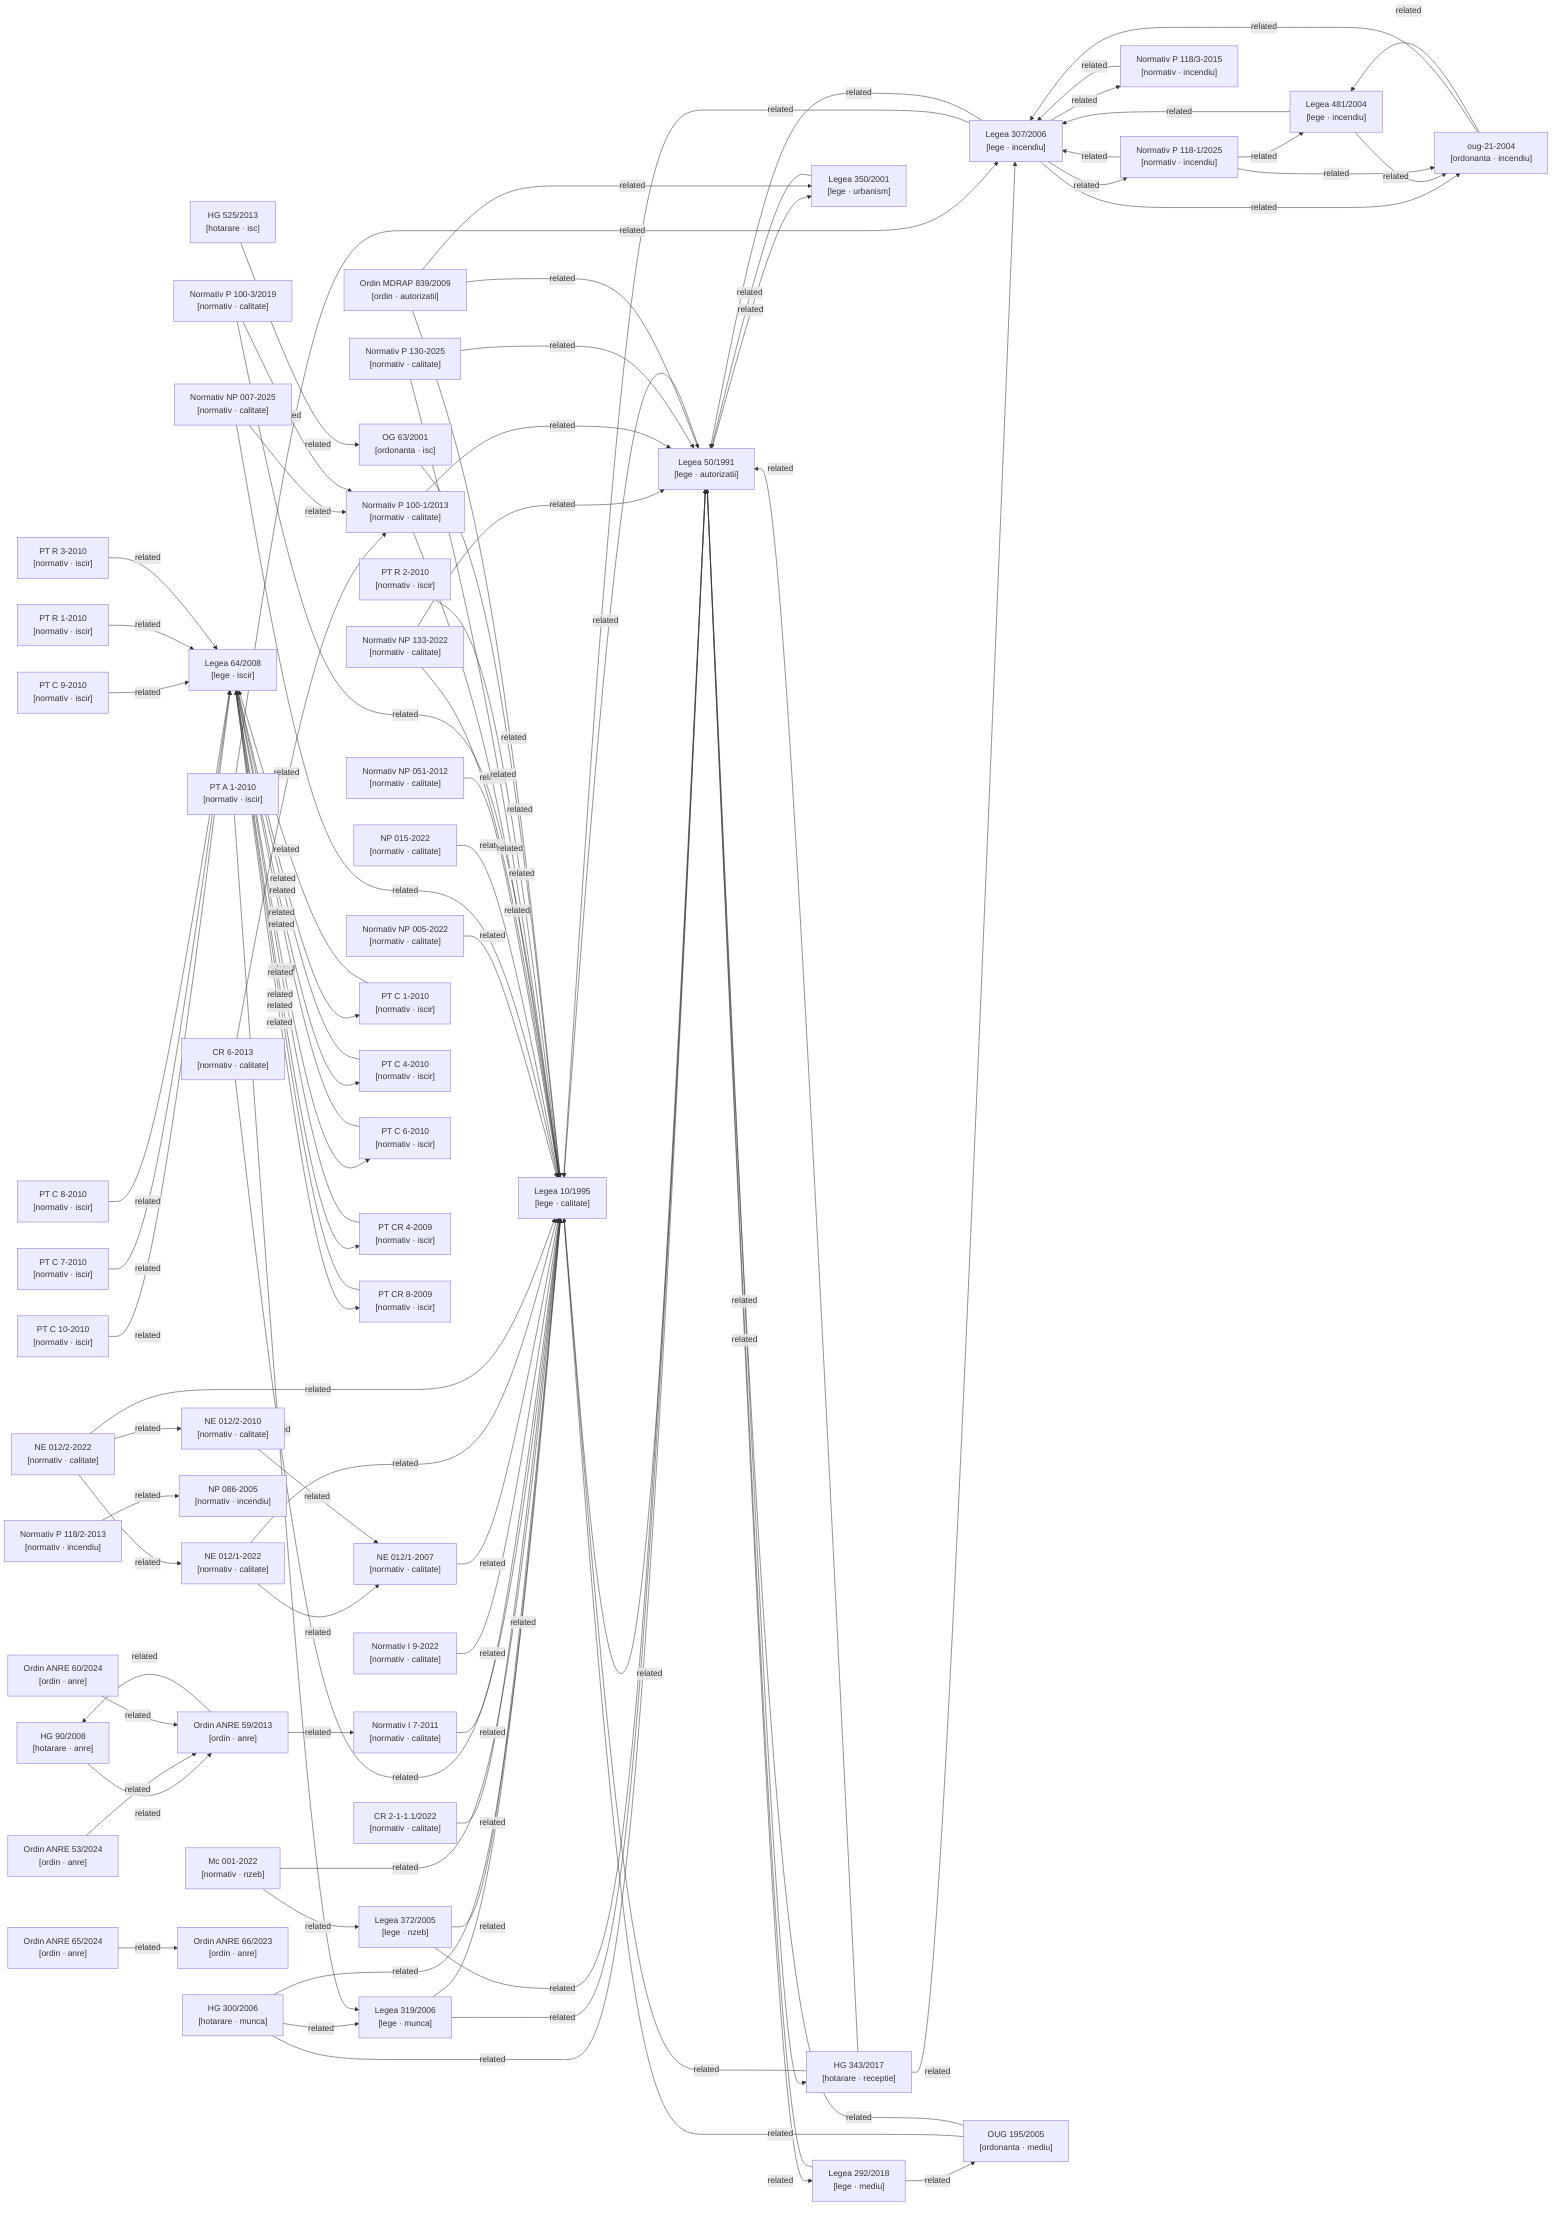
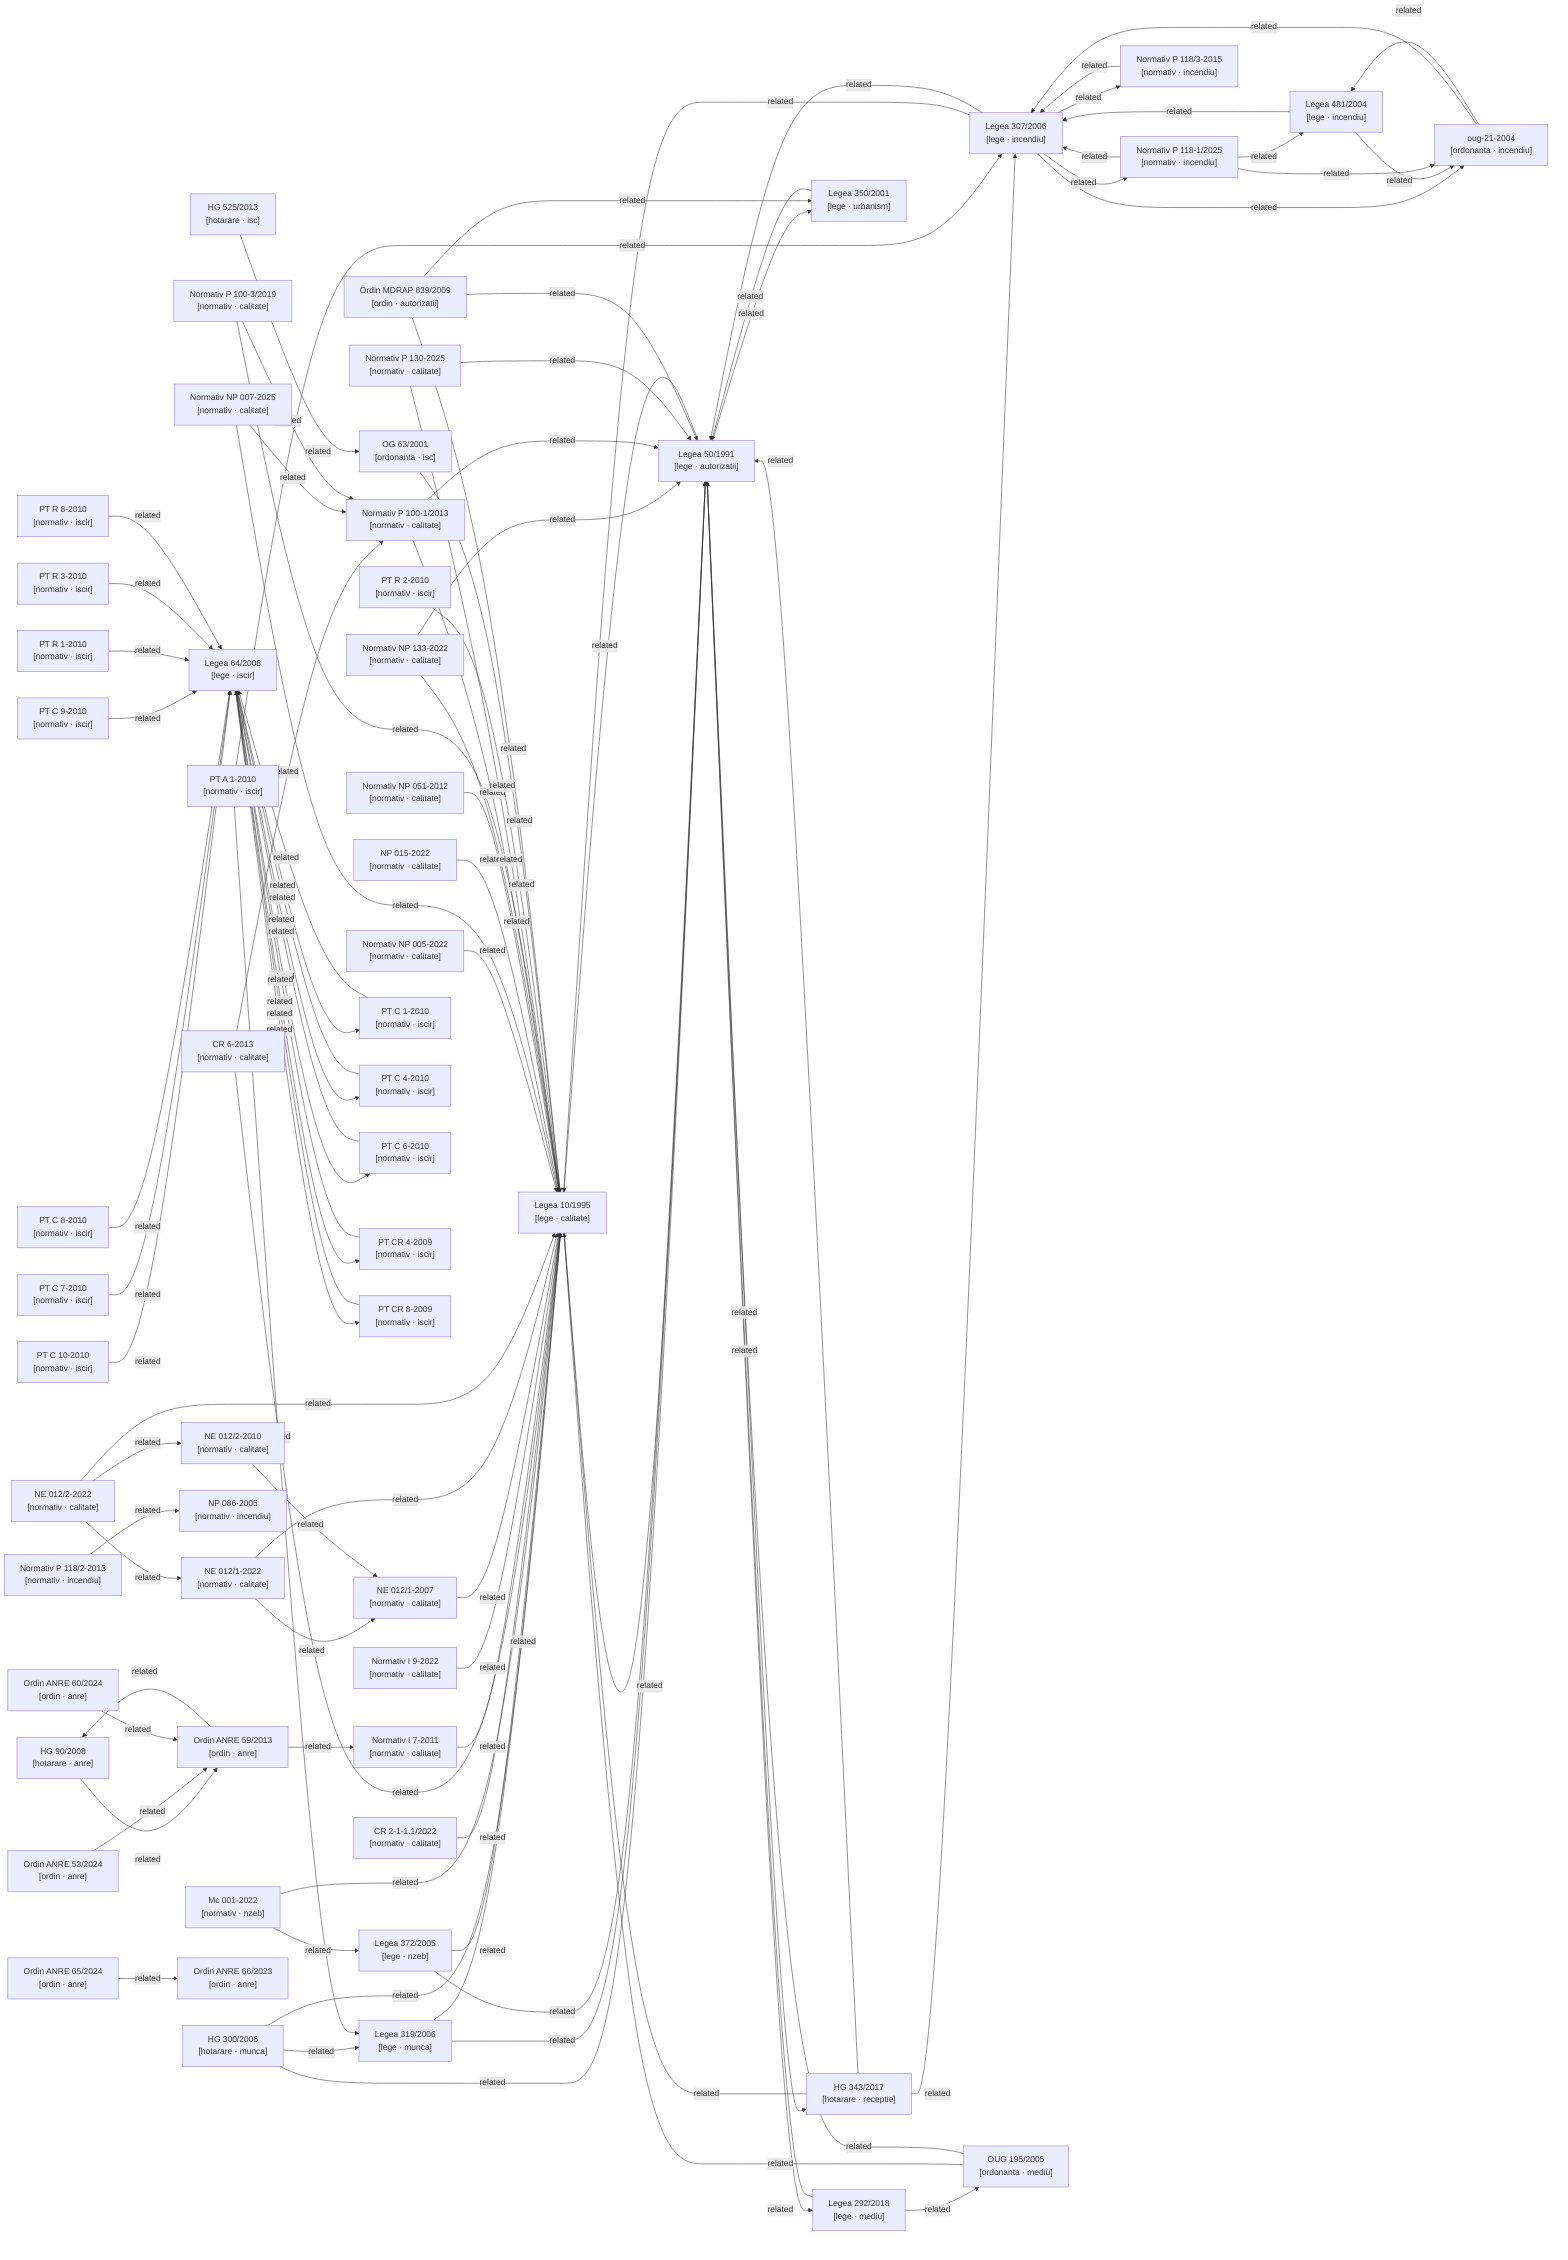
graph LR

  %% Nodes
  hg-300-2006["HG 300/2006\n[hotarare · munca]"]
  hg-343-2017["HG 343/2017\n[hotarare · receptie]"]
  hg-525-2013["HG 525/2013\n[hotarare · isc]"]
  hg-90-2008["HG 90/2008\n[hotarare · anre]"]
  lege-10-1995["Legea 10/1995\n[lege · calitate]"]
  lege-292-2018["Legea 292/2018\n[lege · mediu]"]
  lege-307-2006["Legea 307/2006\n[lege · incendiu]"]
  lege-319-2006["Legea 319/2006\n[lege · munca]"]
  lege-350-2001["Legea 350/2001\n[lege · urbanism]"]
  lege-372-2005["Legea 372/2005\n[lege · nzeb]"]
  lege-481-2004["Legea 481/2004\n[lege · incendiu]"]
  lege-50-1991["Legea 50/1991\n[lege · autorizatii]"]
  lege-64-2008["Legea 64/2008\n[lege · iscir]"]
  metodologie-mc001-2022["Mc 001-2022\n[normativ · nzeb]"]
  normativ-cr2-1-1-1-2022["CR 2-1-1.1/2022\n[normativ · calitate]"]
  normativ-cr6-2013["CR 6-2013\n[normativ · calitate]"]
  normativ-i7-2011["Normativ I 7-2011\n[normativ · calitate]"]
  normativ-i9-2022["Normativ I 9-2022\n[normativ · calitate]"]
  normativ-ne012-1-2007["NE 012/1-2007\n[normativ · calitate]"]
  normativ-ne012-1-2022["NE 012/1-2022\n[normativ · calitate]"]
  normativ-ne012-2-2010["NE 012/2-2010\n[normativ · calitate]"]
  normativ-ne012-2-2022["NE 012/2-2022\n[normativ · calitate]"]
  normativ-np005-2022["Normativ NP 005-2022\n[normativ · calitate]"]
  normativ-np007-2025["Normativ NP 007-2025\n[normativ · calitate]"]
  normativ-np015-2022["NP 015-2022\n[normativ · calitate]"]
  normativ-np051-2012["Normativ NP 051-2012\n[normativ · calitate]"]
  normativ-np086-2005["NP 086-2005\n[normativ · incendiu]"]
  normativ-np133-2022["Normativ NP 133-2022\n[normativ · calitate]"]
  normativ-p100-1-2013["Normativ P 100-1/2013\n[normativ · calitate]"]
  normativ-p100-3-2019["Normativ P 100-3/2019\n[normativ · calitate]"]
  normativ-p118-1-2025["Normativ P 118-1/2025\n[normativ · incendiu]"]
  normativ-p118-2-2013["Normativ P 118/2-2013\n[normativ · incendiu]"]
  normativ-p118-3-2015["Normativ P 118/3-2015\n[normativ · incendiu]"]
  normativ-p130-2025["Normativ P 130-2025\n[normativ · calitate]"]
  normativ-pt-a1-2010["PT A 1-2010\n[normativ · iscir]"]
  normativ-pt-c1-2010["PT C 1-2010\n[normativ · iscir]"]
  normativ-pt-c10-2010["PT C 10-2010\n[normativ · iscir]"]
  normativ-pt-c4-2010["PT C 4-2010\n[normativ · iscir]"]
  normativ-pt-c6-2010["PT C 6-2010\n[normativ · iscir]"]
  normativ-pt-c7-2010["PT C 7-2010\n[normativ · iscir]"]
  normativ-pt-c8-2010["PT C 8-2010\n[normativ · iscir]"]
  normativ-pt-c9-2010["PT C 9-2010\n[normativ · iscir]"]
  normativ-pt-cr4-2009["PT CR 4-2009\n[normativ · iscir]"]
  normativ-pt-cr8-2009["PT CR 8-2009\n[normativ · iscir]"]
  normativ-pt-r1-2010["PT R 1-2010\n[normativ · iscir]"]
  normativ-pt-r2-2010["PT R 2-2010\n[normativ · iscir]"]
  normativ-pt-r3-2010["PT R 3-2010\n[normativ · iscir]"]
+   normativ-pt-r8-2010["PT R 8-2010\n[normativ · iscir]"]
  og-63-2001["OG 63/2001\n[ordonanta · isc]"]
  ordin-839-2009["Ordin MDRAP 839/2009\n[ordin · autorizatii]"]
  ordin-anre-53-2024["Ordin ANRE 53/2024\n[ordin · anre]"]
  ordin-anre-59-2013["Ordin ANRE 59/2013\n[ordin · anre]"]
  ordin-anre-60-2024["Ordin ANRE 60/2024\n[ordin · anre]"]
  ordin-anre-65-2024["Ordin ANRE 65/2024\n[ordin · anre]"]
  ordin-anre-66-2023["Ordin ANRE 66/2023\n[ordin · anre]"]
  oug-195-2005["OUG 195/2005\n[ordonanta · mediu]"]
  oug-21-2004["oug-21-2004\n[ordonanta · incendiu]"]

  %% Confirmed relationships (from metadata related_acts)
  hg-300-2006 -->|related| lege-10-1995
  hg-300-2006 -->|related| lege-319-2006
  hg-300-2006 -->|related| lege-50-1991
  hg-343-2017 -->|related| lege-10-1995
  hg-343-2017 -->|related| lege-307-2006
  hg-343-2017 -->|related| lege-50-1991
  hg-525-2013 -->|related| og-63-2001
  hg-90-2008 -->|related| ordin-anre-59-2013
  lege-10-1995 -->|related| lege-50-1991
  lege-292-2018 -->|related| lege-50-1991
  lege-292-2018 -->|related| oug-195-2005
  lege-307-2006 -->|related| lege-10-1995
  lege-307-2006 -->|related| lege-50-1991
  lege-307-2006 -->|related| normativ-p118-1-2025
  lege-307-2006 -->|related| normativ-p118-3-2015
  lege-307-2006 -->|related| oug-21-2004
  lege-319-2006 -->|related| lege-10-1995
  lege-319-2006 -->|related| lege-50-1991
  lege-350-2001 -->|related| lege-50-1991
  lege-372-2005 -->|related| lege-10-1995
  lege-372-2005 -->|related| lege-50-1991
  lege-481-2004 -->|related| lege-307-2006
  lege-481-2004 -->|related| oug-21-2004
  lege-50-1991 -->|related| hg-343-2017
  lege-50-1991 -->|related| lege-10-1995
  lege-50-1991 -->|related| lege-292-2018
  lege-50-1991 -->|related| lege-350-2001
  lege-64-2008 -->|related| normativ-pt-c1-2010
  lege-64-2008 -->|related| normativ-pt-c4-2010
  lege-64-2008 -->|related| normativ-pt-c6-2010
  lege-64-2008 -->|related| normativ-pt-cr4-2009
  lege-64-2008 -->|related| normativ-pt-cr8-2009
  metodologie-mc001-2022 -->|related| lege-10-1995
  metodologie-mc001-2022 -->|related| lege-372-2005
  normativ-cr2-1-1-1-2022 -->|related| lege-10-1995
  normativ-cr6-2013 -->|related| lege-10-1995
  normativ-cr6-2013 -->|related| normativ-p100-1-2013
  normativ-i7-2011 -->|related| lege-10-1995
  normativ-i9-2022 -->|related| lege-10-1995
  normativ-ne012-1-2007 -->|related| lege-10-1995
  normativ-ne012-1-2022 -->|related| lege-10-1995
  normativ-ne012-1-2022 -->|related| normativ-ne012-1-2007
  normativ-ne012-2-2010 -->|related| normativ-ne012-1-2007
  normativ-ne012-2-2022 -->|related| lege-10-1995
  normativ-ne012-2-2022 -->|related| normativ-ne012-1-2022
  normativ-ne012-2-2022 -->|related| normativ-ne012-2-2010
  normativ-np005-2022 -->|related| lege-10-1995
  normativ-np007-2025 -->|related| lege-10-1995
  normativ-np007-2025 -->|related| normativ-p100-1-2013
  normativ-np015-2022 -->|related| lege-10-1995
  normativ-np051-2012 -->|related| lege-10-1995
  normativ-np133-2022 -->|related| lege-10-1995
  normativ-np133-2022 -->|related| lege-50-1991
  normativ-p100-1-2013 -->|related| lege-10-1995
  normativ-p100-1-2013 -->|related| lege-50-1991
  normativ-p100-3-2019 -->|related| lege-10-1995
  normativ-p100-3-2019 -->|related| normativ-p100-1-2013
  normativ-p118-1-2025 -->|related| lege-307-2006
  normativ-p118-1-2025 -->|related| lege-481-2004
  normativ-p118-1-2025 -->|related| oug-21-2004
  normativ-p118-2-2013 -->|related| normativ-np086-2005
  normativ-p118-3-2015 -->|related| lege-307-2006
  normativ-p130-2025 -->|related| lege-10-1995
  normativ-p130-2025 -->|related| lege-50-1991
  normativ-pt-a1-2010 -->|related| lege-307-2006
  normativ-pt-a1-2010 -->|related| lege-319-2006
  normativ-pt-c1-2010 -->|related| lege-64-2008
  normativ-pt-c10-2010 -->|related| lege-64-2008
  normativ-pt-c4-2010 -->|related| lege-64-2008
  normativ-pt-c6-2010 -->|related| lege-64-2008
  normativ-pt-c7-2010 -->|related| lege-64-2008
  normativ-pt-c8-2010 -->|related| lege-64-2008
  normativ-pt-c9-2010 -->|related| lege-64-2008
  normativ-pt-cr4-2009 -->|related| lege-64-2008
  normativ-pt-cr8-2009 -->|related| lege-64-2008
  normativ-pt-r1-2010 -->|related| lege-64-2008
  normativ-pt-r2-2010 -->|related| lege-10-1995
  normativ-pt-r3-2010 -->|related| lege-64-2008
+   normativ-pt-r8-2010 -->|related| lege-64-2008
  og-63-2001 -->|related| lege-10-1995
  ordin-839-2009 -->|related| lege-10-1995
  ordin-839-2009 -->|related| lege-350-2001
  ordin-839-2009 -->|related| lege-50-1991
  ordin-anre-53-2024 -->|related| ordin-anre-59-2013
  ordin-anre-59-2013 -->|related| hg-90-2008
  ordin-anre-59-2013 -->|related| normativ-i7-2011
  ordin-anre-60-2024 -->|related| ordin-anre-59-2013
  ordin-anre-65-2024 -->|related| ordin-anre-66-2023
  oug-195-2005 -->|related| lege-10-1995
  oug-195-2005 -->|related| lege-50-1991
  oug-21-2004 -->|related| lege-307-2006
  oug-21-2004 -->|related| lege-481-2004

  %% Auto-detected relationships (needs_review)
